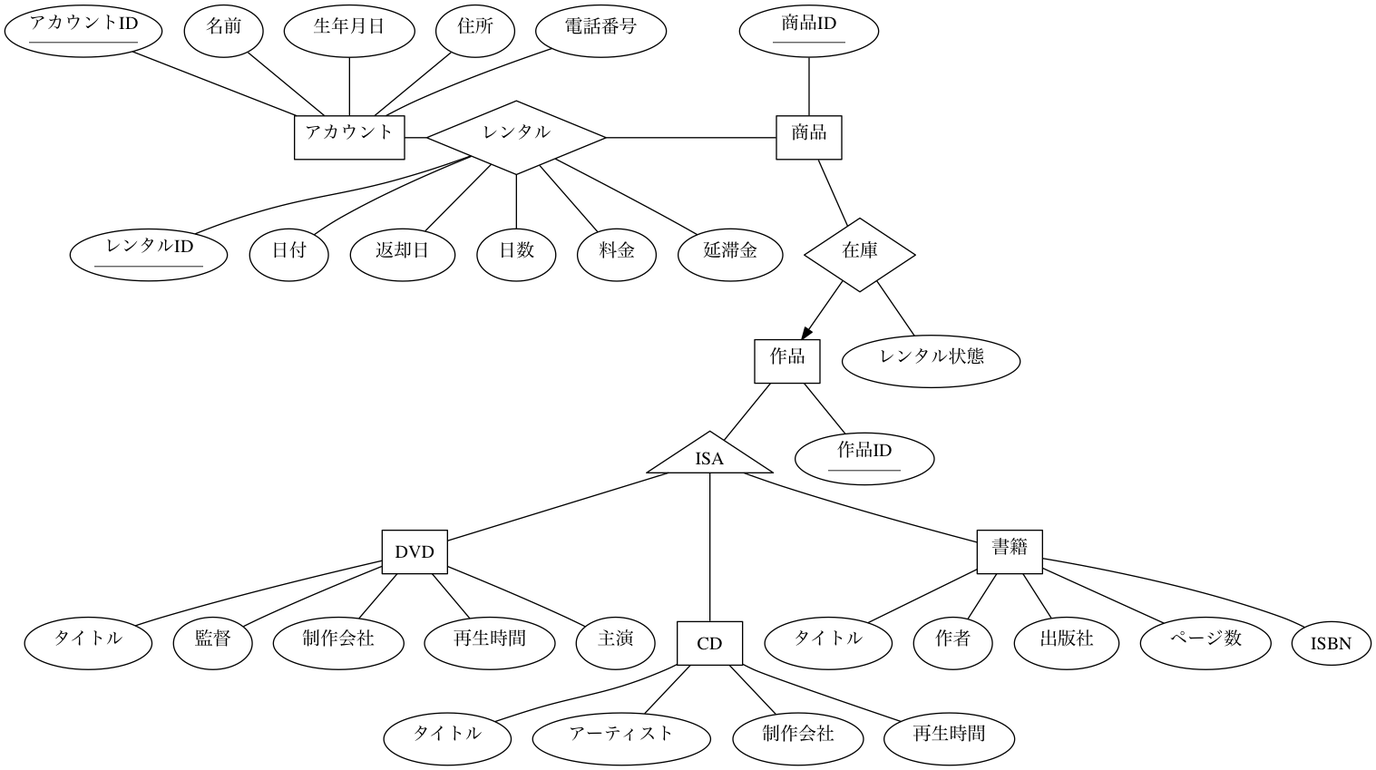
Earlier version of the Graphviz export sample.out.png (kidd-man/le4db). Its source is kept beside it as sample.dot. The source it was exported from:
```dot
digraph g{
      graph [
      layout = dot
      ];
      node [
      fontsize = 15
      ];

      e1 [label = "アカウント", shape = box];
      e2 [label = "商品", shape = box];
      e3 [label = "作品", shape = box];
      e4 [label = "DVD", shape = box];
      e5 [label = "CD", shape = box];
      e6 [label = "書籍", shape = box];

      r1 [label = "レンタル", shape = diamond];
      r2 [label = "在庫", shape = diamond];

      isa [label = ISA, shape = triangle];

      pe11 [label = "\nアカウントID\n￣￣￣￣￣￣", fixedsize = true, width = 1.8, height = 0.6];
      pe12 [label = "名前"];
      pe13 [label = "生年月日"];
      pe14 [label = "住所"];
      pe15 [label = "電話番号"];

      pe21 [label = "\n商品ID\n￣￣￣￣", fixedsize = true, width = 1.6, height = 0.6];

      pe31 [label = "\n作品ID\n￣￣￣￣", fixedsize = true, width = 1.6, height = 0.6];

      pe41 [label = "タイトル"];
      pe42 [label = "監督"];
      pe43 [label = "制作会社"];
      pe44 [label = "再生時間"];
      pe45 [label = "主演"];

      pe51 [label = "タイトル"];
      pe52 [label = "アーティスト"];
      pe53 [label = "制作会社"];
      pe54 [label = "再生時間"];

      pe61 [label = "タイトル"];
      pe62 [label = "作者"];
      pe63 [label = "出版社"];
      pe64 [label = "ページ数"];
      pe65 [label = "ISBN"];

      pr10 [label = "\nレンタルID\n￣￣￣￣￣￣", fixedsize = true, width = 1.8, height = 0.6];
      pr11 [label = "日付"];
      pr12 [label = "返却日"];
      pr13 [label = "日数"];
      pr14 [label = "料金"];
      pr15 [label = "延滞金"];

      pr21 [label = "レンタル状態"];

      pe11 -> e1 [arrowhead = none];
      pe12 -> e1 [arrowhead = none];
      pe13 -> e1 [arrowhead = none];
      pe14 -> e1 [arrowhead = none];
      pe15 -> e1 [arrowhead = none];

      pe21 -> e2 [arrowhead = none];

      e3 -> pe31 [arrowhead = none];

      e4 -> pe41 [arrowhead = none];
      e4 -> pe42 [arrowhead = none];
      e4 -> pe43 [arrowhead = none];
      e4 -> pe44 [arrowhead = none];
      e4 -> pe45 [arrowhead = none];

      e5 -> pe51 [arrowhead = none];
      e5 -> pe52 [arrowhead = none];
      e5 -> pe53 [arrowhead = none];
      e5 -> pe54 [arrowhead = none];

      e6 -> pe61 [arrowhead = none];
      e6 -> pe62 [arrowhead = none];
      e6 -> pe63 [arrowhead = none];
      e6 -> pe64 [arrowhead = none];
      e6 -> pe65 [arrowhead = none];

      r1 -> pr10 [arrowhead = none];
      r1 -> pr11 [arrowhead = none];
      r1 -> pr12 [arrowhead = none];
      r1 -> pr13 [arrowhead = none];
      r1 -> pr14 [arrowhead = none];
      r1 -> pr15 [arrowhead = none];

      r2 -> pr21 [arrowhead = none];

      e1 -> r1 [arrowhead = none];
      r1 -> e2 [arrowhead = none];
      e2 -> r2 [arrowhead = none];


      subgraph clus1 {
	    r2 -> e3;
            e3  -> isa [arrowhead = none];
      	    isa -> e4 [arrowhead = none];
      	    isa -> e5 [arrowhead = none];
      	    isa -> e6 [arrowhead = none];
      };

      {rank = same; e1; e2; r1;}
      {rank = same; pe41; e5; pe61;}
}
```
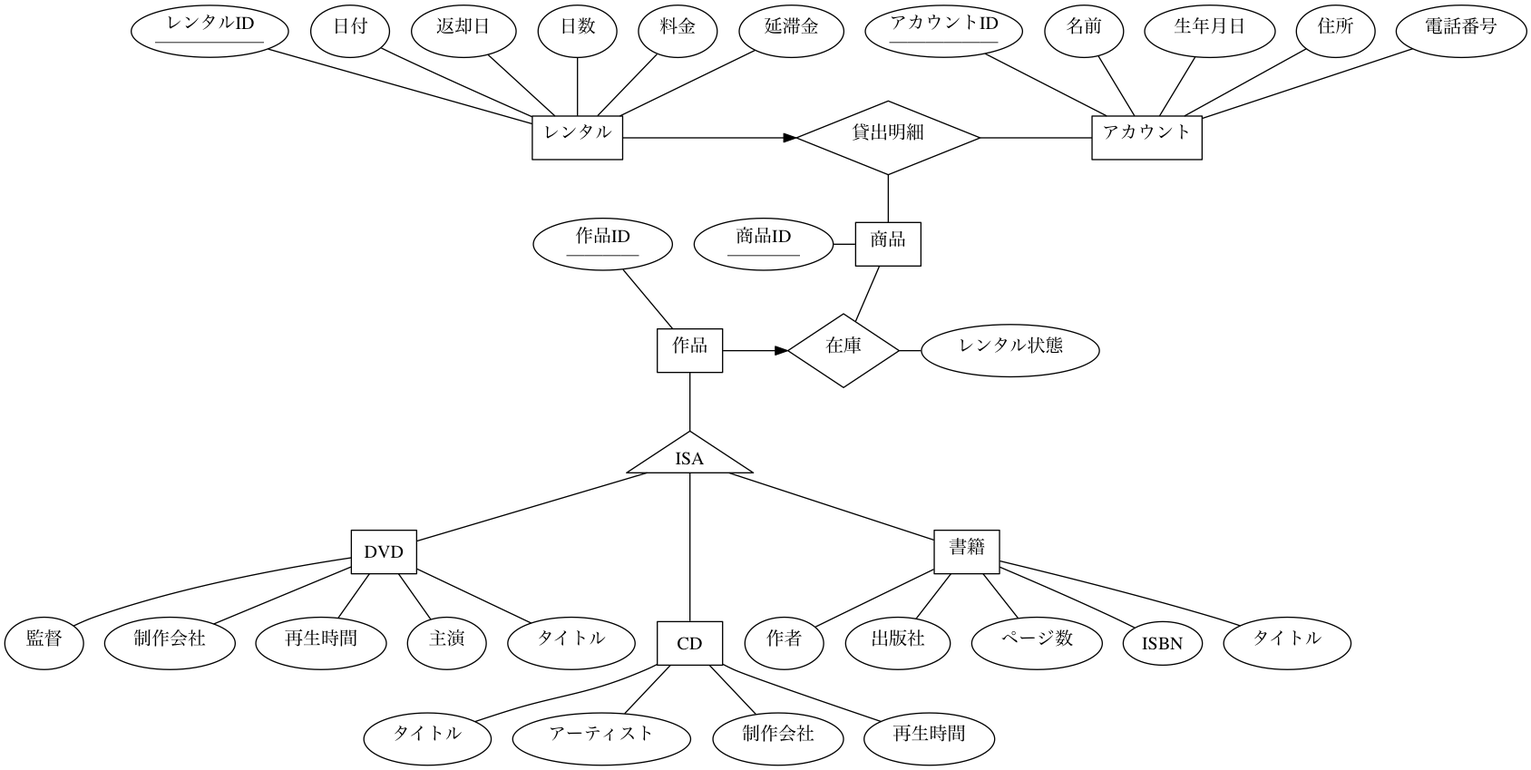
After the change.

What changed in the source:
```diff
@@ -12,8 +12,9 @@
       e4 [label = "DVD", shape = box];
       e5 [label = "CD", shape = box];
       e6 [label = "書籍", shape = box];
+      e7 [label = "レンタル", shape = box];
 
-      r1 [label = "レンタル", shape = diamond];
+      r1 [label = "貸出明細", shape = diamond];
       r2 [label = "在庫", shape = diamond];
 
       isa [label = ISA, shape = triangle];
@@ -45,12 +46,12 @@
       pe64 [label = "ページ数"];
       pe65 [label = "ISBN"];
 
-      pr10 [label = "\nレンタルID\n￣￣￣￣￣￣", fixedsize = true, width = 1.8, height = 0.6];
-      pr11 [label = "日付"];
-      pr12 [label = "返却日"];
-      pr13 [label = "日数"];
-      pr14 [label = "料金"];
-      pr15 [label = "延滞金"];
+      pe70 [label = "\nレンタルID\n￣￣￣￣￣￣", fixedsize = true, width = 1.8, height = 0.6];
+      pe71 [label = "日付"];
+      pe72 [label = "返却日"];
+      pe73 [label = "日数"];
+      pe74 [label = "料金"];
+      pe75 [label = "延滞金"];
 
       pr21 [label = "レンタル状態"];
 
@@ -62,7 +63,7 @@
 
       pe21 -> e2 [arrowhead = none];
 
-      e3 -> pe31 [arrowhead = none];
+      pe31 -> e3 [arrowhead = none];
 
       e4 -> pe41 [arrowhead = none];
       e4 -> pe42 [arrowhead = none];
@@ -81,28 +82,31 @@
       e6 -> pe64 [arrowhead = none];
       e6 -> pe65 [arrowhead = none];
 
-      r1 -> pr10 [arrowhead = none];
-      r1 -> pr11 [arrowhead = none];
-      r1 -> pr12 [arrowhead = none];
-      r1 -> pr13 [arrowhead = none];
-      r1 -> pr14 [arrowhead = none];
-      r1 -> pr15 [arrowhead = none];
+      pe70 -> e7 [arrowhead = none];
+      pe71 -> e7 [arrowhead = none];
+      pe72 -> e7 [arrowhead = none];
+      pe73 -> e7 [arrowhead = none];
+      pe74 -> e7 [arrowhead = none];
+      pe75 -> e7 [arrowhead = none];
 
       r2 -> pr21 [arrowhead = none];
 
-      e1 -> r1 [arrowhead = none];
       r1 -> e2 [arrowhead = none];
+      r1 -> e1 [arrowhead = none];
+      e7 -> r1;
       e2 -> r2 [arrowhead = none];
 
 
       subgraph clus1 {
-	    r2 -> e3;
+	    e3 -> r2;
             e3  -> isa [arrowhead = none];
       	    isa -> e4 [arrowhead = none];
       	    isa -> e5 [arrowhead = none];
       	    isa -> e6 [arrowhead = none];
       };
 
-      {rank = same; e1; e2; r1;}
+      {rank = same; e3; r2; pr21}
+      {rank = same; e7; e1; r1;}
       {rank = same; pe41; e5; pe61;}
+      {rank = same; pe21; e2;}
 }
```
